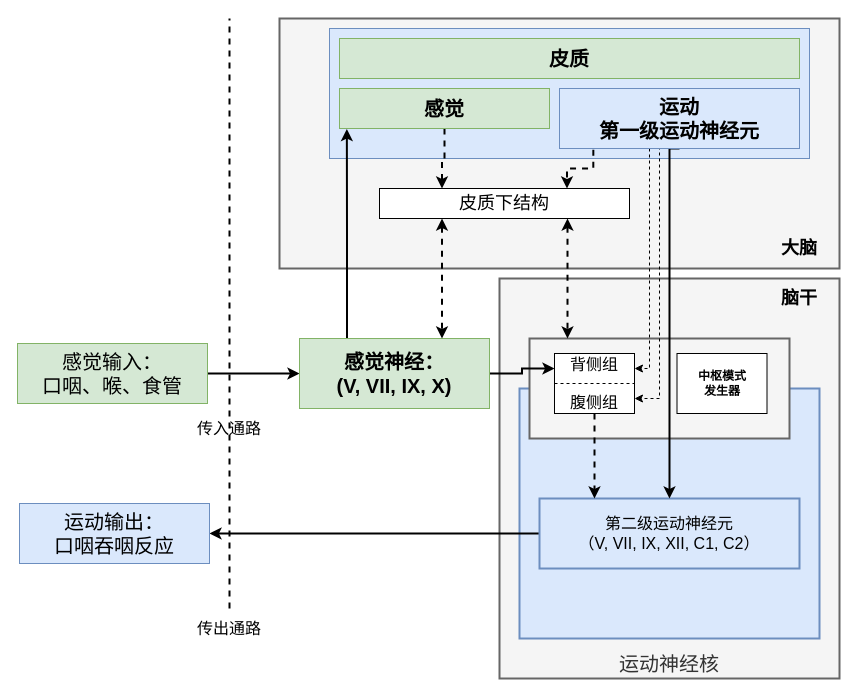
Earlier version of the draw.io diagram Untitled Diagram.drawio (chuanflow/myetc). Source tidied: cells renumbered, new cells numbered last; positions are measured from the earlier drawing's top-left corner, leaving out a move shared by most shapes. Both pictures are drawn from the tidied source at 100%, with x=0, y=0 at pixel (17, 18).
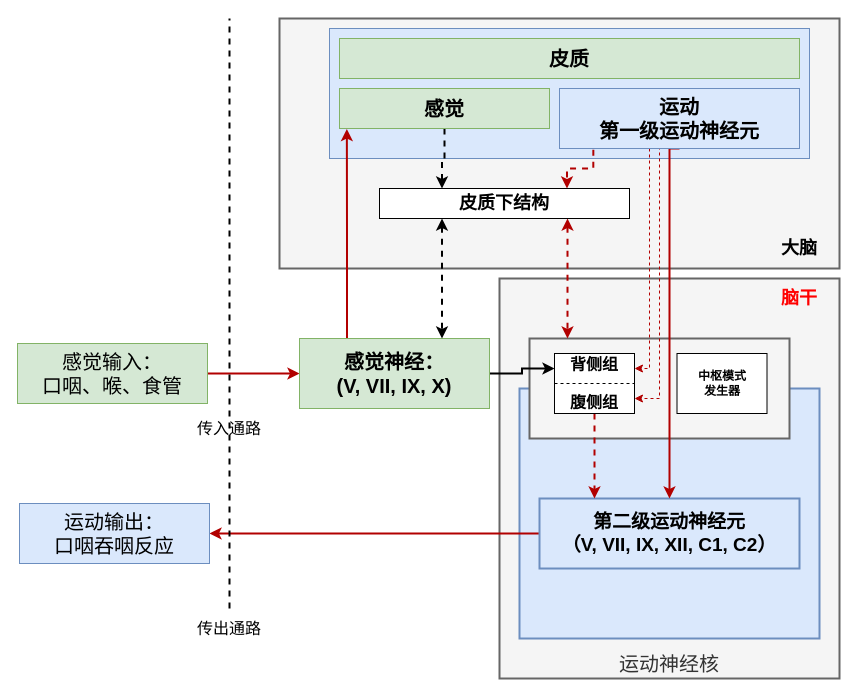
Above is the later version.

The change refers to these unchanged cells:
```xml
<mxCell id="10" value="&lt;font style=&quot;font-size: 20px;&quot;&gt;感觉输入：&lt;br style=&quot;font-size: 20px;&quot;&gt;口咽、喉、食管&lt;/font&gt;" style="rounded=0;whiteSpace=wrap;html=1;align=center;fillColor=#d5e8d4;strokeColor=#82b366;fontSize=20;" parent="1" vertex="1">
  <mxGeometry y="325" width="190" height="60" as="geometry" />
</mxCell>
<mxCell id="11" value="&lt;font style=&quot;font-size: 20px;&quot;&gt;运动输出：&lt;br style=&quot;font-size: 20px;&quot;&gt;口咽吞咽反应&lt;/font&gt;" style="rounded=0;whiteSpace=wrap;html=1;align=center;fillColor=#dae8fc;strokeColor=#6c8ebf;fontSize=20;" parent="1" vertex="1">
  <mxGeometry x="2" y="485" width="190" height="60" as="geometry" />
</mxCell>
<mxCell id="14" value="&lt;b style=&quot;font-size: 20px;&quot;&gt;感觉神经：&lt;br style=&quot;font-size: 20px;&quot;&gt;(V, VII, IX, X)&lt;/b&gt;" style="rounded=0;whiteSpace=wrap;html=1;align=center;fillColor=#d5e8d4;strokeColor=#82b366;fontSize=20;" parent="1" vertex="1">
  <mxGeometry x="282" y="320" width="190" height="70" as="geometry" />
</mxCell>
<mxCell id="21" value="感觉" style="rounded=0;whiteSpace=wrap;html=1;align=center;fontStyle=1;fillColor=#d5e8d4;strokeColor=#82b366;fontSize=20;" parent="1" vertex="1">
  <mxGeometry x="322" y="70" width="210" height="40" as="geometry" />
</mxCell>
<mxCell id="26" value="运动&lt;br style=&quot;font-size: 20px;&quot;&gt;第一级运动神经元" style="rounded=0;whiteSpace=wrap;html=1;align=center;fontStyle=1;fillColor=#dae8fc;strokeColor=#6c8ebf;fontSize=20;" parent="1" vertex="1">
  <mxGeometry x="542" y="70" width="240" height="60" as="geometry" />
</mxCell>
```

What changed in the source:
```diff
@@
-    <mxCell id="4" style="edgeStyle=orthogonalEdgeStyle;rounded=0;jettySize=auto;html=1;exitX=0;exitY=0.5;exitDx=0;exitDy=0;entryX=1;entryY=0.5;entryDx=0;entryDy=0;fontSize=16;startArrow=none;startFill=0;strokeWidth=2;" parent="1" edge="1" source="5" target="11">
+    <mxCell id="4" style="edgeStyle=orthogonalEdgeStyle;rounded=0;jettySize=auto;html=1;exitX=0;exitY=0.5;exitDx=0;exitDy=0;entryX=1;entryY=0.5;entryDx=0;entryDy=0;fontSize=16;startArrow=none;startFill=0;strokeWidth=2;fillColor=#e51400;strokeColor=#B20000;" parent="1" edge="1" source="5" target="11">
       <mxGeometry relative="1" as="geometry" />
     </mxCell>
-    <mxCell id="5" value="&lt;font style=&quot;font-size: 16px;&quot;&gt;第二级运动神经元&lt;br&gt;（V, VII, IX, XII, C1, C2）&lt;/font&gt;" style="rounded=0;whiteSpace=wrap;html=1;strokeWidth=2;fillColor=#dae8fc;strokeColor=#6c8ebf;" parent="1" vertex="1">
+    <mxCell id="5" value="&lt;font style=&quot;font-size: 19px;&quot;&gt;&lt;b&gt;第二级运动神经元&lt;br&gt;（V, VII, IX, XII, C1, C2）&lt;/b&gt;&lt;/font&gt;" style="rounded=0;whiteSpace=wrap;html=1;strokeWidth=2;fillColor=#dae8fc;strokeColor=#6c8ebf;" parent="1" vertex="1">
       <mxGeometry x="522" y="480" width="260" height="70" as="geometry" />
     </mxCell>
@@
-    <mxCell id="9" style="edgeStyle=orthogonalEdgeStyle;rounded=0;jettySize=auto;html=1;exitX=1;exitY=0.5;exitDx=0;exitDy=0;entryX=0;entryY=0.5;entryDx=0;entryDy=0;fontSize=16;startArrow=none;startFill=0;strokeWidth=2;" parent="1" edge="1" source="10" target="14">
+    <mxCell id="9" style="edgeStyle=orthogonalEdgeStyle;rounded=0;jettySize=auto;html=1;exitX=1;exitY=0.5;exitDx=0;exitDy=0;entryX=0;entryY=0.5;entryDx=0;entryDy=0;fontSize=16;startArrow=none;startFill=0;strokeWidth=2;fillColor=#e51400;strokeColor=#B20000;" parent="1" edge="1" source="10" target="14">
       <mxGeometry relative="1" as="geometry" />
     </mxCell>
@@
-    <mxCell id="12" style="edgeStyle=orthogonalEdgeStyle;rounded=0;jettySize=auto;html=1;exitX=0.25;exitY=0;exitDx=0;exitDy=0;entryX=0.035;entryY=1.013;entryDx=0;entryDy=0;fontSize=16;startArrow=none;startFill=0;strokeWidth=2;entryPerimeter=0;" parent="1" edge="1" source="14" target="21">
+    <mxCell id="12" style="edgeStyle=orthogonalEdgeStyle;rounded=0;jettySize=auto;html=1;exitX=0.25;exitY=0;exitDx=0;exitDy=0;entryX=0.035;entryY=1.013;entryDx=0;entryDy=0;fontSize=16;startArrow=none;startFill=0;strokeWidth=2;entryPerimeter=0;fillColor=#e51400;strokeColor=#B20000;" parent="1" edge="1" source="14" target="21">
       <mxGeometry relative="1" as="geometry" />
     </mxCell>
@@
-    <mxCell id="15" style="edgeStyle=orthogonalEdgeStyle;rounded=0;jettySize=auto;html=1;exitX=0.5;exitY=1;exitDx=0;exitDy=0;fontSize=16;strokeWidth=2;dashed=1;" parent="1" edge="1" source="16">
+    <mxCell id="15" style="edgeStyle=orthogonalEdgeStyle;rounded=0;jettySize=auto;html=1;exitX=0.5;exitY=1;exitDx=0;exitDy=0;fontSize=16;strokeWidth=2;dashed=1;fillColor=#e51400;strokeColor=#B20000;" parent="1" edge="1" source="16">
       <mxGeometry relative="1" as="geometry">
         <mxPoint x="577" y="480" as="targetPoint" />
         <Array as="points">
           <mxPoint x="577" y="480" />
         </Array>
       </mxGeometry>
     </mxCell>
-    <mxCell id="16" value="背侧组&lt;br style=&quot;font-size: 16px;&quot;&gt;&lt;br style=&quot;font-size: 16px;&quot;&gt;&lt;div style=&quot;font-size: 16px;&quot;&gt;&lt;span style=&quot;background-color: initial; font-size: 16px;&quot;&gt;腹侧组&lt;/span&gt;&lt;/div&gt;" style="rounded=0;whiteSpace=wrap;html=1;align=center;fontSize=16;" parent="1" vertex="1">
+    <mxCell id="16" value="&lt;b&gt;背侧组&lt;br style=&quot;font-size: 16px;&quot;&gt;&lt;br style=&quot;font-size: 16px;&quot;&gt;&lt;/b&gt;&lt;div style=&quot;font-size: 16px;&quot;&gt;&lt;span style=&quot;background-color: initial; font-size: 16px;&quot;&gt;&lt;b&gt;腹侧组&lt;/b&gt;&lt;/span&gt;&lt;/div&gt;" style="rounded=0;whiteSpace=wrap;html=1;align=center;fontSize=16;" parent="1" vertex="1">
       <mxGeometry x="537" y="335" width="80" height="60" as="geometry" />
     </mxCell>
@@
-    <mxCell id="22" style="edgeStyle=orthogonalEdgeStyle;rounded=0;jettySize=auto;html=1;exitX=0.5;exitY=1;exitDx=0;exitDy=0;entryX=1;entryY=0.25;entryDx=0;entryDy=0;dashed=1;" parent="1" edge="1" source="26" target="16">
+    <mxCell id="22" style="edgeStyle=orthogonalEdgeStyle;rounded=0;jettySize=auto;html=1;exitX=0.5;exitY=1;exitDx=0;exitDy=0;entryX=1;entryY=0.25;entryDx=0;entryDy=0;dashed=1;fillColor=#e51400;strokeColor=#B20000;" parent="1" edge="1" source="26" target="16">
       <mxGeometry relative="1" as="geometry">
         <Array as="points">
           <mxPoint x="632" y="130" />
           <mxPoint x="632" y="350" />
         </Array>
       </mxGeometry>
     </mxCell>
-    <mxCell id="23" style="edgeStyle=orthogonalEdgeStyle;rounded=0;jettySize=auto;html=1;exitX=0.5;exitY=1;exitDx=0;exitDy=0;entryX=0.5;entryY=0;entryDx=0;entryDy=0;fontSize=16;strokeWidth=2;" parent="1" edge="1" source="26" target="5">
+    <mxCell id="23" style="edgeStyle=orthogonalEdgeStyle;rounded=0;jettySize=auto;html=1;exitX=0.5;exitY=1;exitDx=0;exitDy=0;entryX=0.5;entryY=0;entryDx=0;entryDy=0;fontSize=16;strokeWidth=2;fillColor=#e51400;strokeColor=#B20000;" parent="1" edge="1" source="26" target="5">
       <mxGeometry relative="1" as="geometry">
         <Array as="points">
           <mxPoint x="652" y="130" />
         </Array>
       </mxGeometry>
     </mxCell>
-    <mxCell id="24" style="edgeStyle=orthogonalEdgeStyle;rounded=0;jettySize=auto;html=1;exitX=0.141;exitY=1.021;exitDx=0;exitDy=0;entryX=0.75;entryY=0;entryDx=0;entryDy=0;dashed=1;fontSize=16;startArrow=none;startFill=0;strokeWidth=2;exitPerimeter=0;" parent="1" edge="1" source="26" target="29">
+    <mxCell id="24" style="edgeStyle=orthogonalEdgeStyle;rounded=0;jettySize=auto;html=1;exitX=0.141;exitY=1.021;exitDx=0;exitDy=0;entryX=0.75;entryY=0;entryDx=0;entryDy=0;dashed=1;fontSize=16;startArrow=none;startFill=0;strokeWidth=2;exitPerimeter=0;fillColor=#e51400;strokeColor=#B20000;" parent="1" edge="1" source="26" target="29">
       <mxGeometry relative="1" as="geometry" />
     </mxCell>
-    <mxCell id="25" style="edgeStyle=orthogonalEdgeStyle;rounded=0;jettySize=auto;html=1;exitX=0.5;exitY=1;exitDx=0;exitDy=0;entryX=1;entryY=0.75;entryDx=0;entryDy=0;dashed=1;fontSize=16;startArrow=none;startFill=0;strokeWidth=1;" parent="1" edge="1" source="26" target="16">
+    <mxCell id="25" style="edgeStyle=orthogonalEdgeStyle;rounded=0;jettySize=auto;html=1;exitX=0.5;exitY=1;exitDx=0;exitDy=0;entryX=1;entryY=0.75;entryDx=0;entryDy=0;dashed=1;fontSize=16;startArrow=none;startFill=0;strokeWidth=1;fillColor=#e51400;strokeColor=#B20000;" parent="1" edge="1" source="26" target="16">
       <mxGeometry relative="1" as="geometry">
         <Array as="points">
           <mxPoint x="642" y="130" />
           <mxPoint x="642" y="380" />
         </Array>
       </mxGeometry>
     </mxCell>
@@
-    <mxCell id="28" style="edgeStyle=orthogonalEdgeStyle;rounded=0;jettySize=auto;html=1;exitX=0.75;exitY=1;exitDx=0;exitDy=0;dashed=1;fontSize=16;startArrow=classic;startFill=1;strokeWidth=2;" parent="1" edge="1" source="29">
+    <mxCell id="28" style="edgeStyle=orthogonalEdgeStyle;rounded=0;jettySize=auto;html=1;exitX=0.75;exitY=1;exitDx=0;exitDy=0;dashed=1;fontSize=16;startArrow=classic;startFill=1;strokeWidth=2;fillColor=#e51400;strokeColor=#B20000;" parent="1" edge="1" source="29">
       <mxGeometry relative="1" as="geometry">
         <mxPoint x="550" y="320" as="targetPoint" />
         <Array as="points">
           <mxPoint x="550" y="321" />
         </Array>
       </mxGeometry>
     </mxCell>
-    <mxCell id="29" value="&lt;font style=&quot;font-size: 18px;&quot;&gt;皮质下结构&lt;/font&gt;" style="rounded=0;whiteSpace=wrap;html=1;align=center;" parent="1" vertex="1">
+    <mxCell id="29" value="&lt;font style=&quot;font-size: 18px;&quot;&gt;皮质下结构&lt;/font&gt;" style="rounded=0;whiteSpace=wrap;html=1;align=center;fontStyle=1;" parent="1" vertex="1">
       <mxGeometry x="362" y="170" width="250" height="30" as="geometry" />
     </mxCell>
@@
-    <mxCell id="31" value="脑干" style="rounded=0;whiteSpace=wrap;html=1;gradientColor=none;fillColor=#FFFFFF;strokeWidth=1;dashed=1;opacity=0;fontStyle=1;fontSize=18;" parent="1" vertex="1">
+    <mxCell id="31" value="脑干" style="rounded=0;whiteSpace=wrap;html=1;gradientColor=none;fillColor=#FFFFFF;strokeWidth=1;dashed=1;opacity=0;fontStyle=1;fontSize=18;fontColor=#FF0000;" parent="1" vertex="1">
       <mxGeometry x="742" y="260" width="80" height="40" as="geometry" />
     </mxCell>
```
